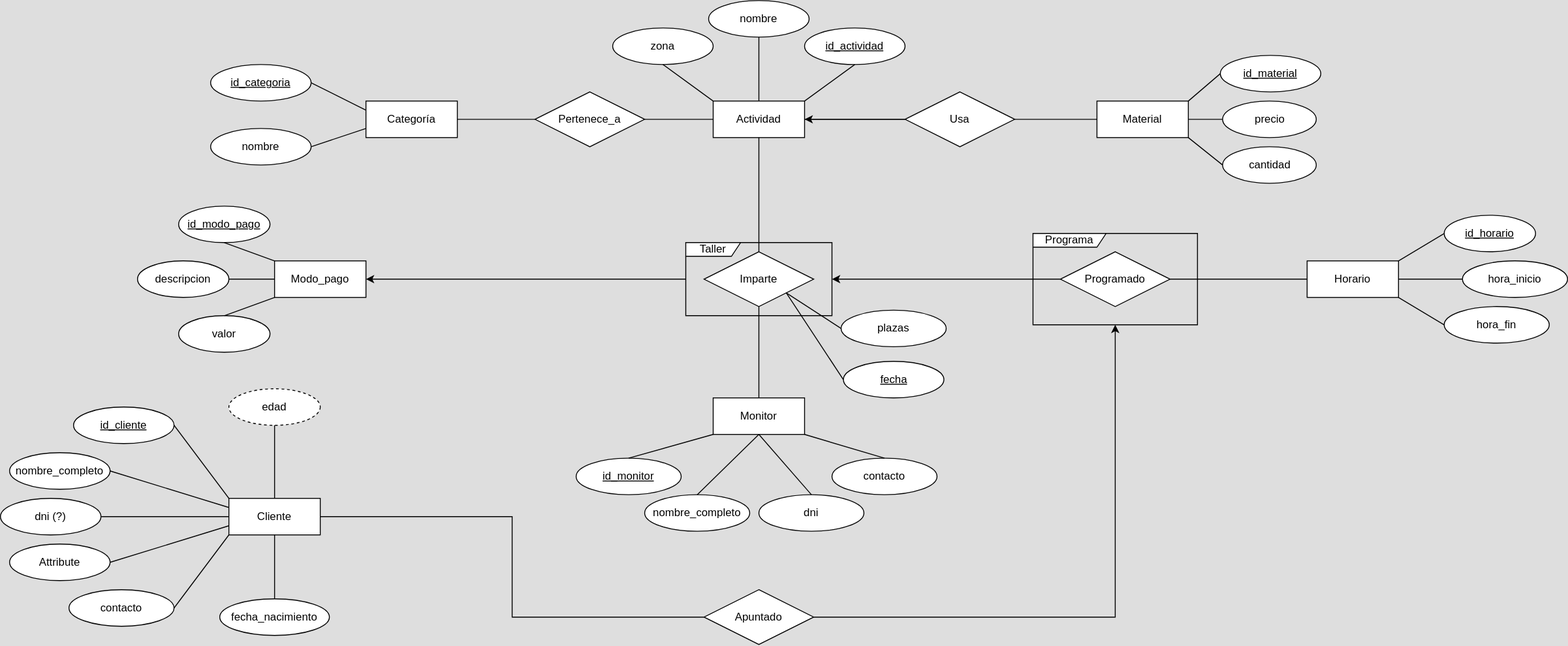
Earlier version of the draw.io export docs/modelos/bdatos/bdatos.svg (SmallDreamDev/small-dream-servidor). Source tidied: cells renumbered, new cells last; positions are measured from the earlier drawing's top-left corner, leaving out a move shared by most shapes.
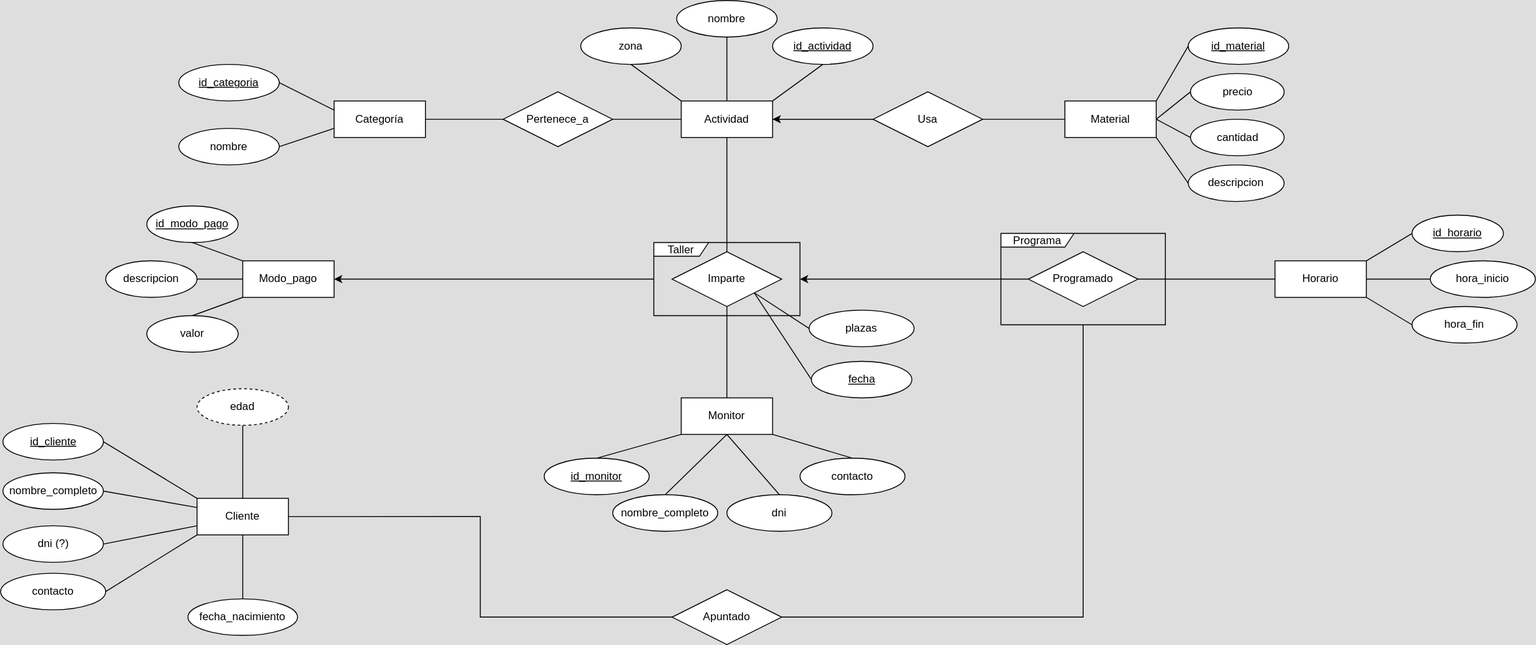
After the change.

Commit message:
Arreglados fallos en el diagrama ER, issue #1

The edit, as a diff of the source:
```diff
@@ -18,16 +18,16 @@
       <mxGeometry x="1200" y="110" width="100" height="40" as="geometry" />
     </mxCell>
     <mxCell id="7" value="id_material" style="ellipse;whiteSpace=wrap;html=1;align=center;fontStyle=4;" parent="1" vertex="1">
-      <mxGeometry x="1335" y="60" width="110" height="40" as="geometry" />
+      <mxGeometry x="1335" y="30" width="110" height="40" as="geometry" />
     </mxCell>
     <mxCell id="8" value="zona" style="ellipse;whiteSpace=wrap;html=1;align=center;" parent="1" vertex="1">
       <mxGeometry x="670" y="30" width="110" height="40" as="geometry" />
     </mxCell>
     <mxCell id="9" value="precio" style="ellipse;whiteSpace=wrap;html=1;align=center;" parent="1" vertex="1">
-      <mxGeometry x="1337.5" y="110" width="102.5" height="40" as="geometry" />
+      <mxGeometry x="1337.5" y="80" width="102.5" height="40" as="geometry" />
     </mxCell>
     <mxCell id="10" value="cantidad" style="ellipse;whiteSpace=wrap;html=1;align=center;" parent="1" vertex="1">
-      <mxGeometry x="1337.5" y="160" width="102.5" height="40" as="geometry" />
+      <mxGeometry x="1337.5" y="130" width="102.5" height="40" as="geometry" />
     </mxCell>
     <mxCell id="11" value="Monitor" style="whiteSpace=wrap;html=1;align=center;" parent="1" vertex="1">
       <mxGeometry x="780" y="435" width="100" height="40" as="geometry" />
@@ -48,19 +48,16 @@
       <mxGeometry x="250" y="545" width="100" height="40" as="geometry" />
     </mxCell>
     <mxCell id="17" value="id_cliente" style="ellipse;whiteSpace=wrap;html=1;align=center;fontStyle=4;" parent="1" vertex="1">
-      <mxGeometry x="80" y="445" width="110" height="40" as="geometry" />
+      <mxGeometry x="37.5" y="463" width="110" height="40" as="geometry" />
     </mxCell>
     <mxCell id="18" value="nombre_completo" style="ellipse;whiteSpace=wrap;html=1;align=center;" parent="1" vertex="1">
-      <mxGeometry x="10" y="495" width="110" height="40" as="geometry" />
+      <mxGeometry x="37.5" y="517" width="110" height="40" as="geometry" />
     </mxCell>
     <mxCell id="19" value="dni (?)" style="ellipse;whiteSpace=wrap;html=1;align=center;" parent="1" vertex="1">
-      <mxGeometry y="545" width="110" height="40" as="geometry" />
+      <mxGeometry x="37.5" y="575" width="110" height="40" as="geometry" />
     </mxCell>
-    <mxCell id="20" value="Attribute" style="ellipse;whiteSpace=wrap;html=1;align=center;" parent="1" vertex="1">
-      <mxGeometry x="10" y="595" width="110" height="40" as="geometry" />
-    </mxCell>
     <mxCell id="21" value="contacto" style="ellipse;whiteSpace=wrap;html=1;align=center;" parent="1" vertex="1">
-      <mxGeometry x="75" y="645" width="115" height="40" as="geometry" />
+      <mxGeometry x="35" y="627" width="115" height="40" as="geometry" />
     </mxCell>
     <mxCell id="22" value="fecha_nacimiento" style="ellipse;whiteSpace=wrap;html=1;align=center;" parent="1" vertex="1">
       <mxGeometry x="240" y="655" width="120" height="40" as="geometry" />
@@ -107,7 +104,7 @@
     <mxCell id="36" style="edgeStyle=orthogonalEdgeStyle;rounded=0;jettySize=auto;html=1;exitX=0;exitY=0.5;exitDx=0;exitDy=0;entryX=1;entryY=0.5;entryDx=0;entryDy=0;startArrow=none;startFill=0;endArrow=none;endFill=0;" parent="1" edge="1" source="38" target="16">
       <mxGeometry relative="1" as="geometry" />
     </mxCell>
-    <mxCell id="37" style="edgeStyle=orthogonalEdgeStyle;rounded=0;jettySize=auto;html=1;startArrow=none;startFill=0;endArrow=classic;endFill=1;" parent="1" edge="1" source="38" target="80">
+    <mxCell id="37" style="edgeStyle=orthogonalEdgeStyle;rounded=0;jettySize=auto;html=1;startArrow=none;startFill=0;endArrow=none;endFill=0;" parent="1" edge="1" source="38" target="80">
       <mxGeometry relative="1" as="geometry" />
     </mxCell>
     <mxCell id="38" value="Apuntado" style="shape=rhombus;perimeter=rhombusPerimeter;whiteSpace=wrap;html=1;align=center;" parent="1" vertex="1">
@@ -140,20 +137,20 @@
     <mxCell id="47" style="endArrow=none;html=1;rounded=0;exitX=1;exitY=0.5;exitDx=0;exitDy=0;entryX=0;entryY=0.25;entryDx=0;entryDy=0;" parent="1" edge="1" source="18" target="16">
       <mxGeometry relative="1" as="geometry" />
     </mxCell>
-    <mxCell id="48" style="endArrow=none;html=1;rounded=0;exitX=1;exitY=0.5;exitDx=0;exitDy=0;entryX=0;entryY=0.5;entryDx=0;entryDy=0;" parent="1" edge="1" source="19" target="16">
+    <mxCell id="48" style="endArrow=none;html=1;rounded=0;exitX=1;exitY=0.5;exitDx=0;exitDy=0;entryX=0;entryY=0.75;entryDx=0;entryDy=0;" parent="1" edge="1" source="19" target="16">
       <mxGeometry relative="1" as="geometry" />
     </mxCell>
-    <mxCell id="49" style="endArrow=none;html=1;rounded=0;exitX=1;exitY=0.5;exitDx=0;exitDy=0;entryX=0;entryY=0.75;entryDx=0;entryDy=0;" parent="1" edge="1" source="20" target="16">
-      <mxGeometry relative="1" as="geometry" />
-    </mxCell>
     <mxCell id="50" style="endArrow=none;html=1;rounded=0;exitX=0;exitY=1;exitDx=0;exitDy=0;entryX=1;entryY=0.5;entryDx=0;entryDy=0;" parent="1" edge="1" source="16" target="21">
       <mxGeometry relative="1" as="geometry" />
     </mxCell>
     <mxCell id="51" style="endArrow=none;html=1;rounded=0;exitX=0.5;exitY=1;exitDx=0;exitDy=0;entryX=0.5;entryY=0;entryDx=0;entryDy=0;" parent="1" edge="1" source="16" target="22">
       <mxGeometry relative="1" as="geometry" />
     </mxCell>
-    <mxCell id="52" style="edgeStyle=orthogonalEdgeStyle;rounded=0;orthogonalLoop=1;jettySize=auto;html=1;exitX=0.5;exitY=1;exitDx=0;exitDy=0;startArrow=none;startFill=0;endArrow=none;endFill=0;" parent="1" edge="1" source="20" target="20">
-      <mxGeometry relative="1" as="geometry" />
+    <mxCell id="52" style="edgeStyle=orthogonalEdgeStyle;rounded=0;orthogonalLoop=1;jettySize=auto;html=1;exitX=0.5;exitY=1;exitDx=0;exitDy=0;startArrow=none;startFill=0;endArrow=none;endFill=0;" parent="1" edge="1">
+      <mxGeometry relative="1" as="geometry">
+        <mxPoint x="92.5" y="657" as="sourcePoint" />
+        <mxPoint x="92.5" y="657" as="targetPoint" />
+      </mxGeometry>
     </mxCell>
     <mxCell id="53" value="Categoría" style="whiteSpace=wrap;html=1;align=center;" parent="1" vertex="1">
       <mxGeometry x="400" y="110" width="100" height="40" as="geometry" />
@@ -194,7 +191,7 @@
     <mxCell id="65" style="endArrow=none;html=1;rounded=0;exitX=0;exitY=0.25;exitDx=0;exitDy=0;entryX=1;entryY=0.5;entryDx=0;entryDy=0;" parent="1" edge="1" source="53" target="56">
       <mxGeometry relative="1" as="geometry" />
     </mxCell>
-    <mxCell id="66" style="endArrow=none;html=1;rounded=0;exitX=1;exitY=1;exitDx=0;exitDy=0;entryX=0;entryY=0.5;entryDx=0;entryDy=0;" parent="1" edge="1" source="6" target="10">
+    <mxCell id="66" style="endArrow=none;html=1;rounded=0;exitX=1;exitY=0.5;exitDx=0;exitDy=0;entryX=0;entryY=0.5;entryDx=0;entryDy=0;" parent="1" edge="1" source="6" target="10">
       <mxGeometry relative="1" as="geometry" />
     </mxCell>
     <mxCell id="67" style="endArrow=none;html=1;rounded=0;exitX=1;exitY=0.5;exitDx=0;exitDy=0;entryX=0;entryY=0.5;entryDx=0;entryDy=0;" parent="1" edge="1" source="6" target="9">
@@ -245,5 +242,11 @@
     <mxCell id="82" style="endArrow=none;html=1;rounded=0;entryX=1;entryY=1;entryDx=0;entryDy=0;exitX=0;exitY=0.5;exitDx=0;exitDy=0;" parent="1" edge="1" source="77" target="70">
       <mxGeometry relative="1" as="geometry" />
     </mxCell>
+    <mxCell id="83" value="descripcion" style="ellipse;whiteSpace=wrap;html=1;align=center;" parent="1" vertex="1">
+      <mxGeometry x="1335" y="180" width="105" height="40" as="geometry" />
+    </mxCell>
+    <mxCell id="84" style="endArrow=none;html=1;rounded=0;exitX=1;exitY=1;exitDx=0;exitDy=0;entryX=0;entryY=0.5;entryDx=0;entryDy=0;" parent="1" edge="1" source="6" target="83">
+      <mxGeometry relative="1" as="geometry" />
+    </mxCell>
   </root>
 </mxGraphModel>
```
